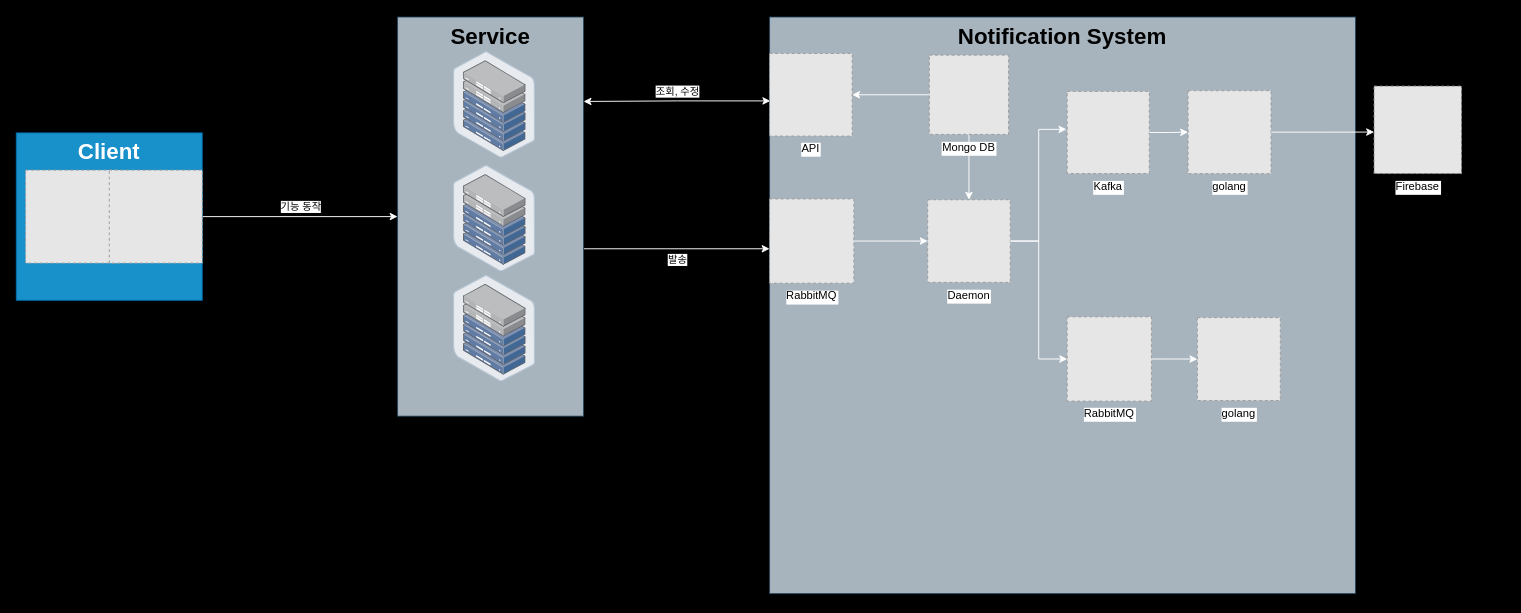
The draw.io diagram page "Page-1의 복사본" (2 of 2) of architecture/notification.drawio in TreeStone94/drawio, before the edit. Source tidied: cells renumbered, new cells numbered last; positions are measured from the earlier drawing's top-left corner, leaving out a move shared by most shapes. Both pictures are drawn from the tidied source at 93%, with x=0, y=0 at pixel (16, 17). Pictures stored in the file or linked from it are replaced by grey dashed boxes.
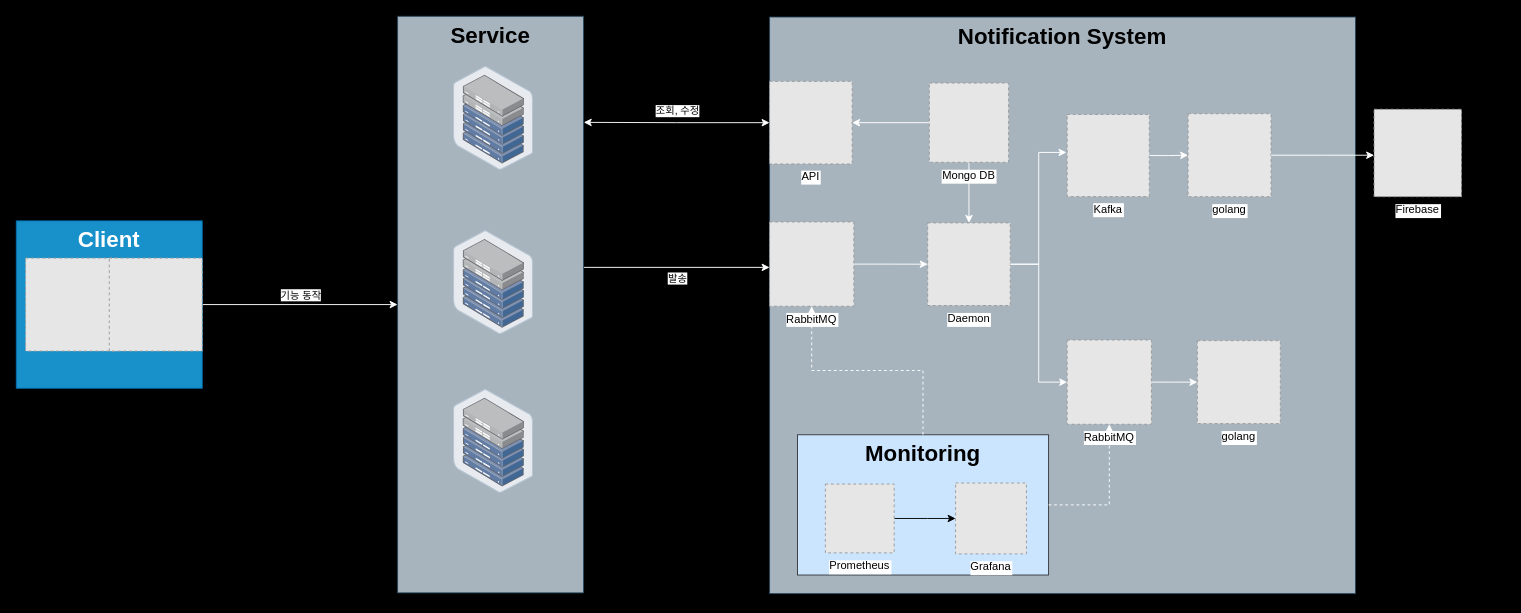
The same page after the edit.

The change refers to these unchanged cells:
```xml
<mxCell id="11" value="https://blog.kakaocdn.net/dn/cBkKPC/btsGML2Pf9y/DmDvQns1Tja5TuEcNVext1/img.png" style="group;" parent="1" vertex="1">
  <mxGeometry x="810" y="-0.2" width="790" height="620" as="geometry" />
</mxCell>
```

What changed in the source:
```diff
@@
-    <mxCell id="4" value="&lt;h1 style=&quot;margin-top: 0px;&quot;&gt;Client&lt;/h1&gt;" style="text;html=1;whiteSpace=wrap;overflow=hidden;rounded=0;fillColor=#1ba1e2;fontColor=#ffffff;strokeColor=#006EAF;opacity=90;align=center;" parent="1" vertex="1">
-      <mxGeometry y="124.4" width="200" height="180" as="geometry" />
-    </mxCell>
-    <mxCell id="5" style="fillColor=#E6E6E6;strokeColor=#999999;dashed=1;verticalLabelPosition=bottom;labelBackgroundColor=default;verticalAlign=top;" parent="1" vertex="1">
-      <mxGeometry x="10" y="164.4" width="100" height="100" as="geometry" />
-    </mxCell>
-    <mxCell id="6" style="fillColor=#E6E6E6;strokeColor=#999999;dashed=1;verticalLabelPosition=bottom;labelBackgroundColor=default;verticalAlign=top;" parent="1" vertex="1">
-      <mxGeometry x="100" y="164.4" width="100" height="100" as="geometry" />
-    </mxCell>
     <mxCell id="7" style="rounded=0;orthogonalLoop=1;jettySize=auto;html=1;strokeColor=#FFFFFF;" parent="1" edge="1">
       <mxGeometry relative="1" as="geometry">
-        <mxPoint x="610" y="249" as="sourcePoint" />
-        <mxPoint x="810" y="249" as="targetPoint" />
+        <mxPoint x="610" y="269" as="sourcePoint" />
+        <mxPoint x="810" y="269" as="targetPoint" />
       </mxGeometry>
     </mxCell>
@@
-    <mxCell id="9" style="edgeStyle=orthogonalEdgeStyle;rounded=0;orthogonalLoop=1;jettySize=auto;html=1;exitX=0;exitY=0.75;exitDx=0;exitDy=0;entryX=0.996;entryY=0.539;entryDx=0;entryDy=0;entryPerimeter=0;strokeColor=#FFFFFF;endArrow=classic;endFill=1;startArrow=classic;startFill=1;" parent="1" edge="1">
-      <mxGeometry relative="1" as="geometry">
-        <mxPoint x="810.8" y="90" as="sourcePoint" />
-        <mxPoint x="610" y="90.6" as="targetPoint" />
-        <Array as="points">
-          <mxPoint x="710.8" y="90.4" />
-        </Array>
-      </mxGeometry>
-    </mxCell>
-    <mxCell id="10" value="조회, 수정" style="edgeLabel;html=1;align=center;verticalAlign=middle;" parent="9" vertex="1">
-      <mxGeometry relative="1" as="geometry">
-        <mxPoint y="-11" as="offset" />
-      </mxGeometry>
-    </mxCell>
@@
     <mxCell id="13" value="API" style="fillColor=#E6E6E6;strokeColor=#999999;dashed=1;verticalLabelPosition=bottom;labelBackgroundColor=default;verticalAlign=top;" parent="11" vertex="1">
-      <mxGeometry y="39.2" width="88.8" height="88.8" as="geometry" />
+      <mxGeometry y="69.2" width="88.8" height="88.8" as="geometry" />
     </mxCell>
     <mxCell id="14" value="RabbitMQ" style="fillColor=#E6E6E6;strokeColor=#999999;dashed=1;verticalLabelPosition=bottom;labelBackgroundColor=#ffffff;verticalAlign=top;" parent="11" vertex="1">
-      <mxGeometry y="195.6" width="90.6" height="90.6" as="geometry" />
+      <mxGeometry y="220.4" width="90.6" height="90.6" as="geometry" />
     </mxCell>
@@
     <mxCell id="16" value="Daemon" style="fillColor=#E6E6E6;strokeColor=#999999;dashed=1;verticalLabelPosition=bottom;labelBackgroundColor=default;verticalAlign=top;" parent="11" vertex="1">
-      <mxGeometry x="170" y="196.5" width="88.8" height="88.8" as="geometry" />
+      <mxGeometry x="170" y="221.4" width="88.8" height="88.8" as="geometry" />
     </mxCell>
@@
     <mxCell id="19" value="Kafka" style="fillColor=#E6E6E6;strokeColor=#999999;dashed=1;verticalLabelPosition=bottom;labelBackgroundColor=default;verticalAlign=top;" parent="11" vertex="1">
-      <mxGeometry x="320" y="80" width="88.3" height="88.3" as="geometry" />
+      <mxGeometry x="320" y="104.8" width="88.3" height="88.3" as="geometry" />
     </mxCell>
     <mxCell id="20" value="RabbitMQ" style="fillColor=#E6E6E6;strokeColor=#999999;dashed=1;verticalLabelPosition=bottom;labelBackgroundColor=#ffffff;verticalAlign=top;" parent="11" vertex="1">
-      <mxGeometry x="320" y="322.4" width="90.6" height="90.6" as="geometry" />
+      <mxGeometry x="320" y="347.3" width="90.6" height="90.6" as="geometry" />
     </mxCell>
     <mxCell id="21" value="golang" style="fillColor=#E6E6E6;strokeColor=#999999;dashed=1;verticalLabelPosition=bottom;labelBackgroundColor=default;verticalAlign=top;" parent="11" vertex="1">
-      <mxGeometry x="460" y="323.2" width="89.2" height="89.2" as="geometry" />
+      <mxGeometry x="460" y="348" width="89.2" height="89.2" as="geometry" />
     </mxCell>
@@
     <mxCell id="24" value="golang" style="fillColor=#E6E6E6;strokeColor=#999999;dashed=1;verticalLabelPosition=bottom;labelBackgroundColor=default;verticalAlign=top;" parent="11" vertex="1">
-      <mxGeometry x="450" y="79.2" width="89.2" height="89.2" as="geometry" />
+      <mxGeometry x="450" y="104" width="89.2" height="89.2" as="geometry" />
     </mxCell>
     <mxCell id="25" style="edgeStyle=orthogonalEdgeStyle;rounded=0;jettySize=auto;html=1;exitX=1;exitY=0.5;exitDx=0;exitDy=0;fontColor=#FFFFFF;strokeColor=#FFFFFF;" parent="11" edge="1" source="24">
       <mxGeometry relative="1" as="geometry">
-        <mxPoint x="650" y="123.7" as="targetPoint" />
+        <mxPoint x="650" y="148.6" as="targetPoint" />
       </mxGeometry>
     </mxCell>
     <mxCell id="26" value="Firebase" style="fillColor=#E6E6E6;strokeColor=#999999;dashed=1;verticalLabelPosition=bottom;labelBackgroundColor=default;verticalAlign=top;" parent="11" vertex="1">
-      <mxGeometry x="650" y="74.3" width="94" height="94" as="geometry" />
+      <mxGeometry x="650" y="99.2" width="94" height="94" as="geometry" />
     </mxCell>
@@
     <mxCell id="29" value="Mongo DB" style="fillColor=#E6E6E6;strokeColor=#999999;dashed=1;verticalLabelPosition=bottom;labelBackgroundColor=default;verticalAlign=top;" parent="11" vertex="1">
-      <mxGeometry x="171.8" y="41" width="85.2" height="85.2" as="geometry" />
+      <mxGeometry x="171.8" y="71" width="85.2" height="85.2" as="geometry" />
     </mxCell>
+    <mxCell id="35" style="group;" parent="11" vertex="1">
+      <mxGeometry x="30" y="449.2" width="270" height="150.8" as="geometry" />
+    </mxCell>
+    <mxCell id="36" value="&lt;h1 style=&quot;margin-top: 0px;&quot;&gt;Monitoring&lt;/h1&gt;" style="text;html=1;whiteSpace=wrap;overflow=hidden;rounded=0;align=center;fillColor=#cce5ff;strokeColor=#36393d;" parent="35" vertex="1">
+      <mxGeometry width="270" height="150.8" as="geometry" />
+    </mxCell>
+    <mxCell id="37" value="Grafana" style="fillColor=#E6E6E6;strokeColor=#999999;dashed=1;verticalLabelPosition=bottom;labelBackgroundColor=default;verticalAlign=top;" parent="35" vertex="1">
+      <mxGeometry x="170" y="51.9" width="76.2" height="76.2" as="geometry" />
+    </mxCell>
+    <mxCell id="38" style="edgeStyle=orthogonalEdgeStyle;rounded=0;jettySize=auto;html=1;exitX=1;exitY=0.5;exitDx=0;exitDy=0;strokeColor=#000000;" parent="35" edge="1" source="39" target="37">
+      <mxGeometry relative="1" as="geometry">
+        <Array as="points">
+          <mxPoint x="140" y="90" />
+          <mxPoint x="140" y="90" />
+        </Array>
+      </mxGeometry>
+    </mxCell>
+    <mxCell id="39" value="Prometheus" style="fillColor=#E6E6E6;strokeColor=#999999;dashed=1;verticalLabelPosition=bottom;labelBackgroundColor=default;verticalAlign=top;" parent="35" vertex="1">
+      <mxGeometry x="30" y="53" width="74" height="74" as="geometry" />
+    </mxCell>
+    <mxCell id="40" style="edgeStyle=orthogonalEdgeStyle;rounded=0;jettySize=auto;html=1;exitX=1;exitY=0.5;exitDx=0;exitDy=0;dashed=1;strokeColor=#FFFFFF;" parent="11" edge="1" source="36" target="20">
+      <mxGeometry relative="1" as="geometry" />
+    </mxCell>
+    <mxCell id="41" style="edgeStyle=orthogonalEdgeStyle;rounded=0;jettySize=auto;html=1;exitX=0.5;exitY=0;exitDx=0;exitDy=0;dashed=1;strokeColor=#FFFFFF;" parent="11" edge="1" source="36" target="14">
+      <mxGeometry relative="1" as="geometry" />
+    </mxCell>
     <mxCell id="30" style="group;" parent="1" vertex="1">
-      <mxGeometry x="410" y="-0.2" width="200" height="429.2" as="geometry" />
+      <mxGeometry x="410" y="-1" width="200" height="620" as="geometry" />
     </mxCell>
     <mxCell id="31" value="&lt;h1 style=&quot;margin-top: 0px;&quot;&gt;Service&lt;/h1&gt;" style="text;html=1;whiteSpace=wrap;overflow=hidden;rounded=0;fillColor=#bac8d3;strokeColor=#23445d;opacity=90;align=center;" parent="30" vertex="1">
-      <mxGeometry width="200" height="429.2" as="geometry" />
+      <mxGeometry width="200" height="620" as="geometry" />
     </mxCell>
     <mxCell id="32" style="image;html=1;align=center;shadow=0;dashed=0;image=img/lib/allied_telesis/storage/Datacenter_Server_Half_Rack_ToR.svg;imageBackground=none;" parent="30" vertex="1">
-      <mxGeometry x="60.1" y="37.1" width="88.2" height="114.6" as="geometry" />
+      <mxGeometry x="60.1" y="53.6" width="86.2" height="112" as="geometry" />
     </mxCell>
     <mxCell id="33" style="image;html=1;align=center;shadow=0;dashed=0;image=img/lib/allied_telesis/storage/Datacenter_Server_Half_Rack_ToR.svg;" parent="30" vertex="1">
-      <mxGeometry x="60.1" y="159.4" width="88.2" height="114.6" as="geometry" />
+      <mxGeometry x="60.1" y="230.2" width="86.2" height="112" as="geometry" />
     </mxCell>
     <mxCell id="34" style="image;html=1;align=center;shadow=0;dashed=0;image=img/lib/allied_telesis/storage/Datacenter_Server_Half_Rack_ToR.svg;" parent="30" vertex="1">
-      <mxGeometry x="60.1" y="277.5" width="88.2" height="114.6" as="geometry" />
+      <mxGeometry x="60.1" y="400.9" width="86.2" height="112" as="geometry" />
     </mxCell>
+    <mxCell id="42" style="group;" parent="1" vertex="1">
+      <mxGeometry y="219" width="200" height="180" as="geometry" />
+    </mxCell>
+    <mxCell id="4" value="&lt;h1 style=&quot;margin-top: 0px;&quot;&gt;Client&lt;/h1&gt;" style="text;html=1;whiteSpace=wrap;overflow=hidden;rounded=0;fillColor=#1ba1e2;fontColor=#ffffff;strokeColor=#006EAF;opacity=90;align=center;" parent="42" vertex="1">
+      <mxGeometry width="200" height="180" as="geometry" />
+    </mxCell>
+    <mxCell id="5" style="fillColor=#E6E6E6;strokeColor=#999999;dashed=1;verticalLabelPosition=bottom;labelBackgroundColor=default;verticalAlign=top;" parent="42" vertex="1">
+      <mxGeometry x="10" y="40" width="100" height="100" as="geometry" />
+    </mxCell>
+    <mxCell id="6" style="fillColor=#E6E6E6;strokeColor=#999999;dashed=1;verticalLabelPosition=bottom;labelBackgroundColor=default;verticalAlign=top;" parent="42" vertex="1">
+      <mxGeometry x="100" y="40" width="100" height="100" as="geometry" />
+    </mxCell>
+    <mxCell id="43" style="edgeStyle=orthogonalEdgeStyle;rounded=0;jettySize=auto;html=1;exitX=0;exitY=0.5;exitDx=0;exitDy=0;entryX=1.001;entryY=0.184;entryDx=0;entryDy=0;entryPerimeter=0;strokeColor=#FFFFFF;startArrow=classic;startFill=1;" parent="1" edge="1" source="13" target="31">
+      <mxGeometry relative="1" as="geometry" />
+    </mxCell>
+    <mxCell id="10" value="조회, 수정" style="edgeLabel;html=1;align=center;verticalAlign=middle;" parent="43" vertex="1">
+      <mxGeometry y="-2" relative="1" as="geometry">
+        <mxPoint y="-11" as="offset" />
+      </mxGeometry>
+    </mxCell>
```
